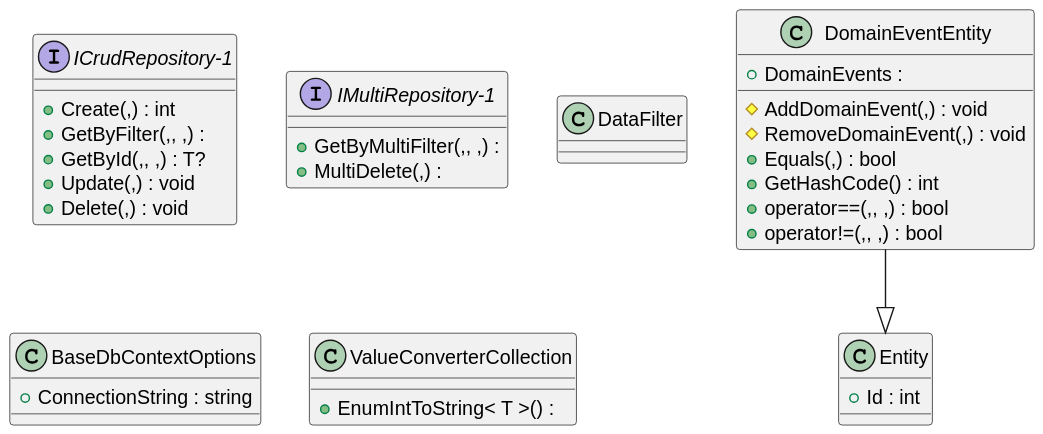
Earlier version of the PlantUML export docs/diagrams/data-class-diagram.svg (artur-rios/common).
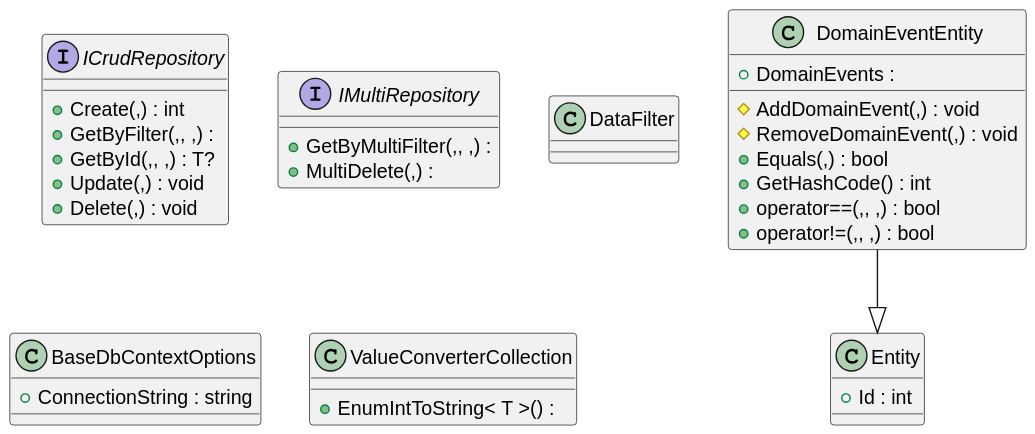
Later version of the same file.

Commit message:
docs: use a seperated file for plantuml diagrams

The edit, as a diff of the source:
```diff
@@ -2,14 +2,14 @@
 class Entity{
   +Id : int
 }
-interface ICrudRepository-1{
+interface ICrudRepository{
   +Create(,) : int
   +GetByFilter(,, ,) :
   +GetById(,, ,) : T?
   +Update(,) : void
   +Delete(,) : void
 }
-interface IMultiRepository-1{
+interface IMultiRepository{
   +GetByMultiFilter(,, ,) :
   +MultiDelete(,) :
 }
```
